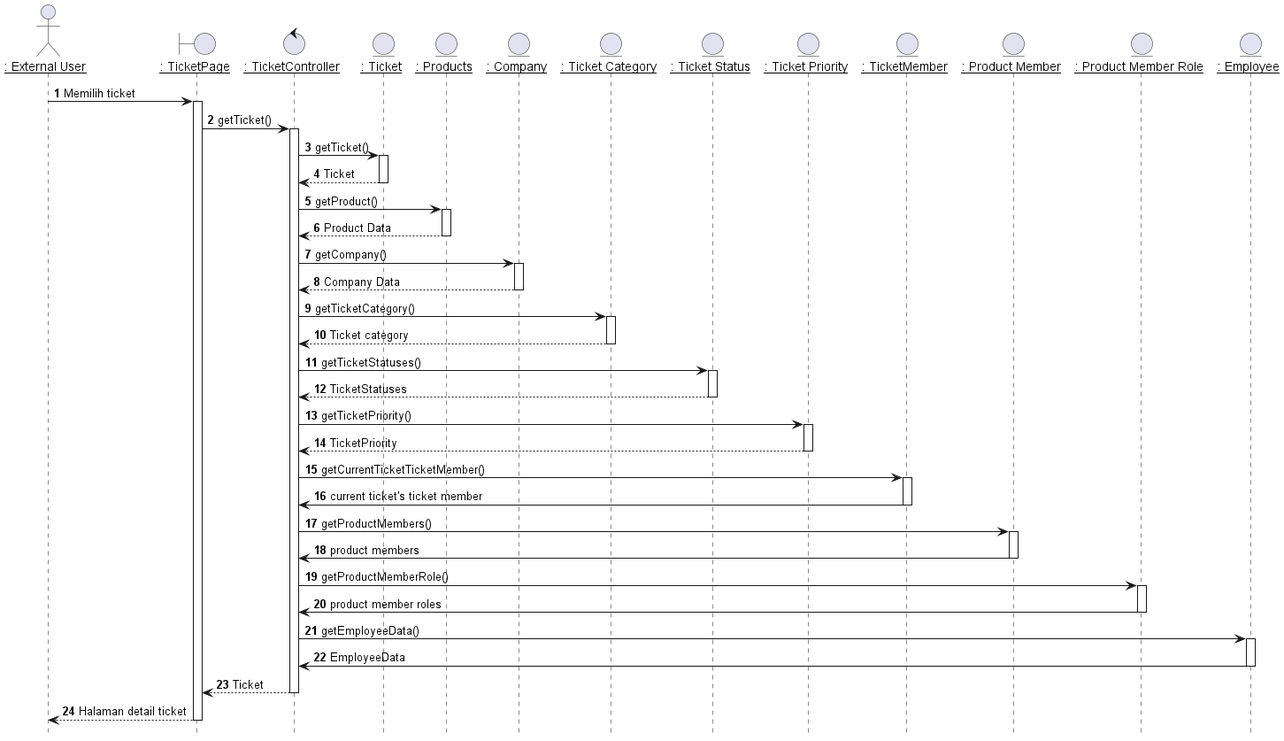
Above: out/plantuml/sequence/ex/ex4/Melihat Detail Ticket.png in TAS-PKL/Laporan-PKL-Ticketing (PlantUML), before the change.
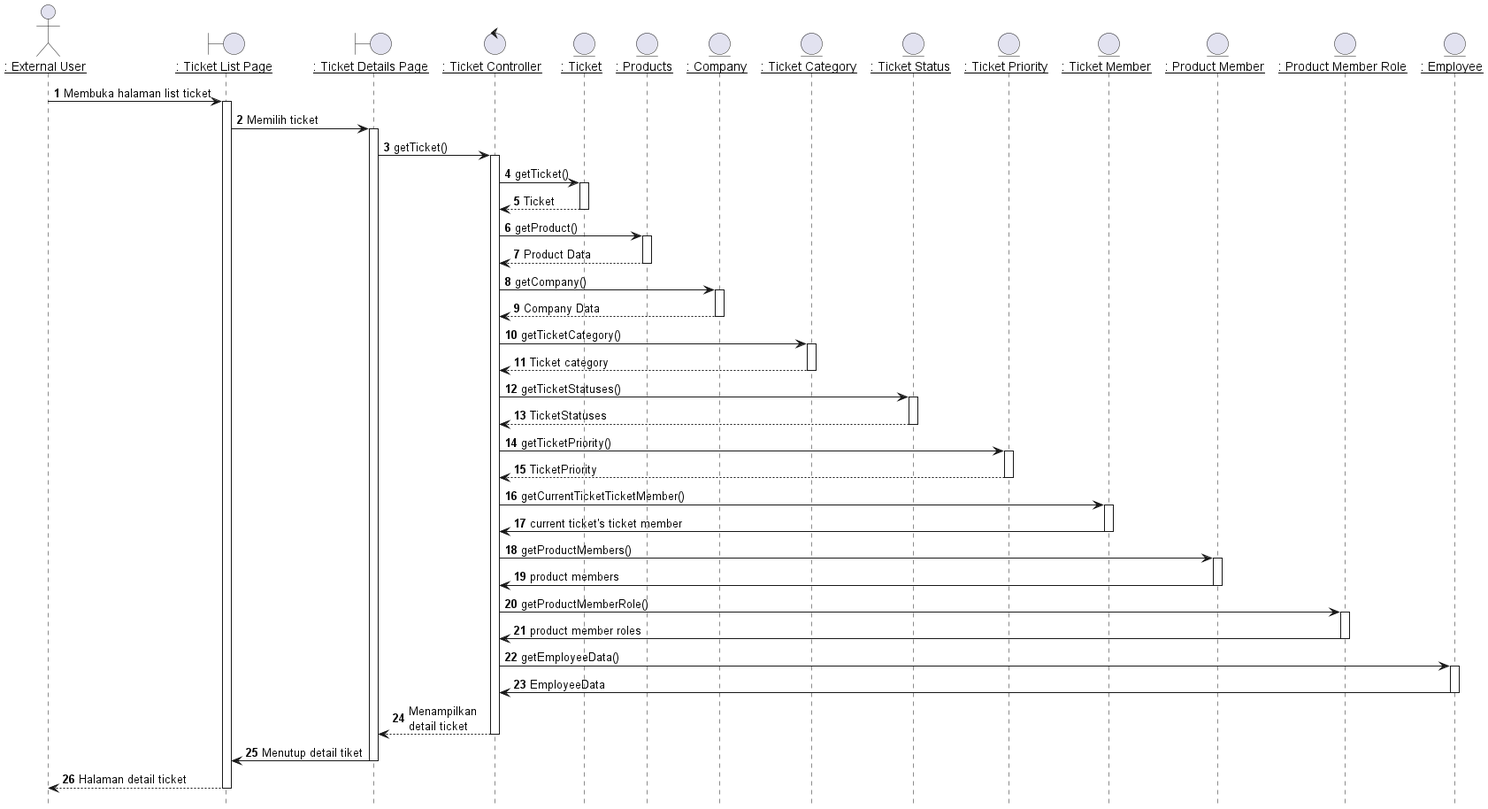
Later version of the same file.

The edit, as a diff of the source:
```diff
@@ -2,26 +2,29 @@
 
 hide footbox
 
-actor EU as "__: External User__"
-boundary TicketPage as "__: TicketPage__"
-control TicketController as "__: TicketController__"
+actor IPM as "__: External User__"
+boundary TicketListPage as "__: Ticket List Page__"
+boundary TicketDetailsPage as "__: Ticket Details Page__"
+control TicketController as "__: Ticket Controller__"
 entity Ticket as "__: Ticket__"
 entity Product as "__: Products__"
 entity Company as "__: Company__"
 entity TicketCategory as "__: Ticket Category__"
 entity TicketStatuses as "__: Ticket Status__"
 entity TicketPriority as "__: Ticket Priority__"
-entity TicketMember as "__: TicketMember__"
+entity TicketMember as "__: Ticket Member__"
 entity ProductMembers as "__: Product Member__"
 entity ProductMemberRoles as "__: Product Member Role__"
 entity Employees as "__: Employee__"
 
 autonumber 1
-EU -> TicketPage: Memilih ticket
-activate TicketPage
+IPM -> TicketListPage: Membuka halaman list ticket
+activate TicketListPage
 
+TicketListPage -> TicketDetailsPage: Memilih ticket
+activate TicketDetailsPage
 
-TicketPage -> TicketController: getTicket()
+TicketDetailsPage -> TicketController: getTicket()
 activate TicketController
 
 TicketController -> Ticket: getTicket()
@@ -84,11 +87,14 @@
 Employees -> TicketController: EmployeeData
 deactivate Employees
 
-TicketController --> TicketPage : Ticket
+TicketController --> TicketDetailsPage : Menampilkan\ndetail ticket
 deactivate TicketController
 
-TicketPage --> EU : Halaman detail ticket
-deactivate TicketPage
+TicketDetailsPage -> TicketListPage : Menutup detail tiket
+deactivate TicketDetailsPage
+
+TicketListPage --> IPM : Halaman detail ticket
+deactivate TicketListPage
 
 
 @enduml
```
